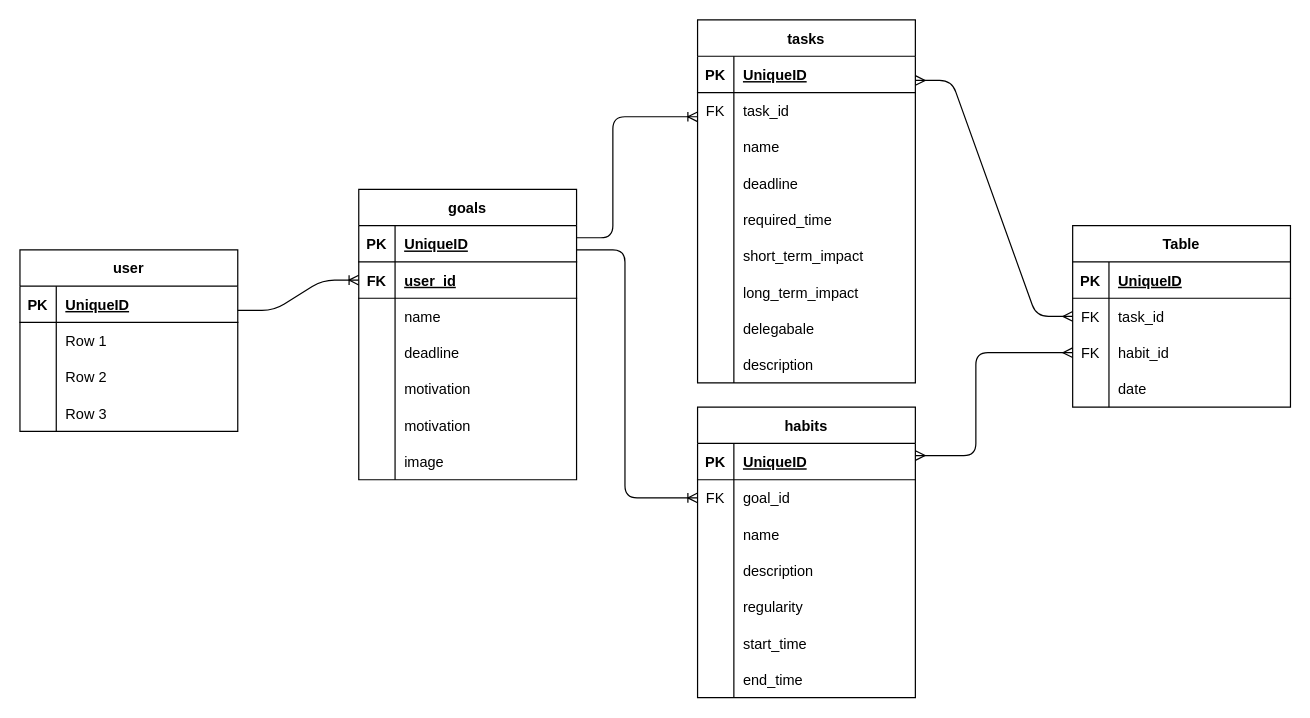
Above: db.drawio in Federicaye/eisenhower-box (draw.io), before the change. Source tidied: cells renumbered, new cells numbered last; positions are measured from the earlier drawing's top-left corner, leaving out a move shared by most shapes. Both pictures are drawn from the tidied source at 121%, with x=0, y=0 at pixel (19, 19).
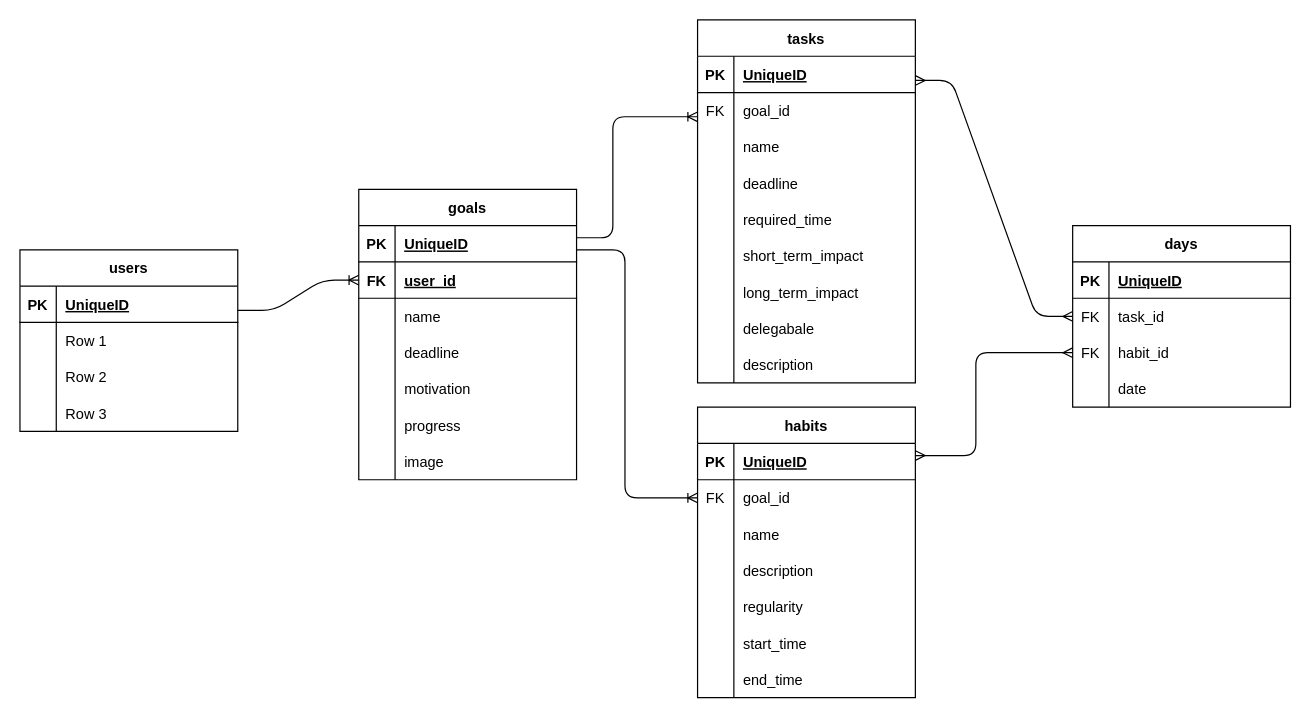
The same page after the edit.

The change refers to these unchanged cells:
```xml
<mxCell id="18" style="shape=tableRow;horizontal=0;startSize=0;swimlaneHead=0;swimlaneBody=0;fillColor=none;top=0;left=0;right=0;bottom=0;" parent="2" vertex="1">
  <mxGeometry y="180" width="180" height="30" as="geometry" />
</mxCell>
<mxCell id="28" style="shape=tableRow;horizontal=0;startSize=0;swimlaneHead=0;swimlaneBody=0;fillColor=none;top=0;left=0;right=0;bottom=0;" parent="24" vertex="1">
  <mxGeometry y="60" width="180" height="30" as="geometry" />
</mxCell>
```

Diff of the diagram source:
```diff
@@
-    <mxCell id="20" value="motivation" style="shape=partialRectangle;fillColor=none;top=0;left=0;bottom=0;right=0;align=left;spacingLeft=6;overflow=hidden;" parent="18" vertex="1">
+    <mxCell id="20" value="progress" style="shape=partialRectangle;fillColor=none;top=0;left=0;bottom=0;right=0;align=left;spacingLeft=6;overflow=hidden;" parent="18" vertex="1">
       <mxGeometry x="30" width="150" height="30" as="geometry" />
     </mxCell>
@@
-    <mxCell id="30" value="task_id" style="shape=partialRectangle;fillColor=none;top=0;left=0;bottom=0;right=0;align=left;spacingLeft=6;overflow=hidden;" parent="28" vertex="1">
+    <mxCell id="30" value="goal_id" style="shape=partialRectangle;fillColor=none;top=0;left=0;bottom=0;right=0;align=left;spacingLeft=6;overflow=hidden;" parent="28" vertex="1">
       <mxGeometry x="30" width="150" height="30" as="geometry" />
     </mxCell>
@@
-    <mxCell id="76" value="Table" style="shape=table;startSize=30;childLayout=tableLayout;rowLines=0;fontStyle=1;align=center;" parent="1" vertex="1">
+    <mxCell id="76" value="days" style="shape=table;startSize=30;childLayout=tableLayout;rowLines=0;fontStyle=1;align=center;" parent="1" vertex="1">
       <mxGeometry x="870" y="170" width="180" height="150" as="geometry" />
     </mxCell>
@@
-    <mxCell id="91" value="user" style="shape=table;startSize=30;childLayout=tableLayout;rowLines=0;fontStyle=1;align=center;" parent="1" vertex="1">
+    <mxCell id="91" value="users" style="shape=table;startSize=30;childLayout=tableLayout;rowLines=0;fontStyle=1;align=center;" parent="1" vertex="1">
       <mxGeometry y="190" width="180" height="150" as="geometry" />
     </mxCell>
```
